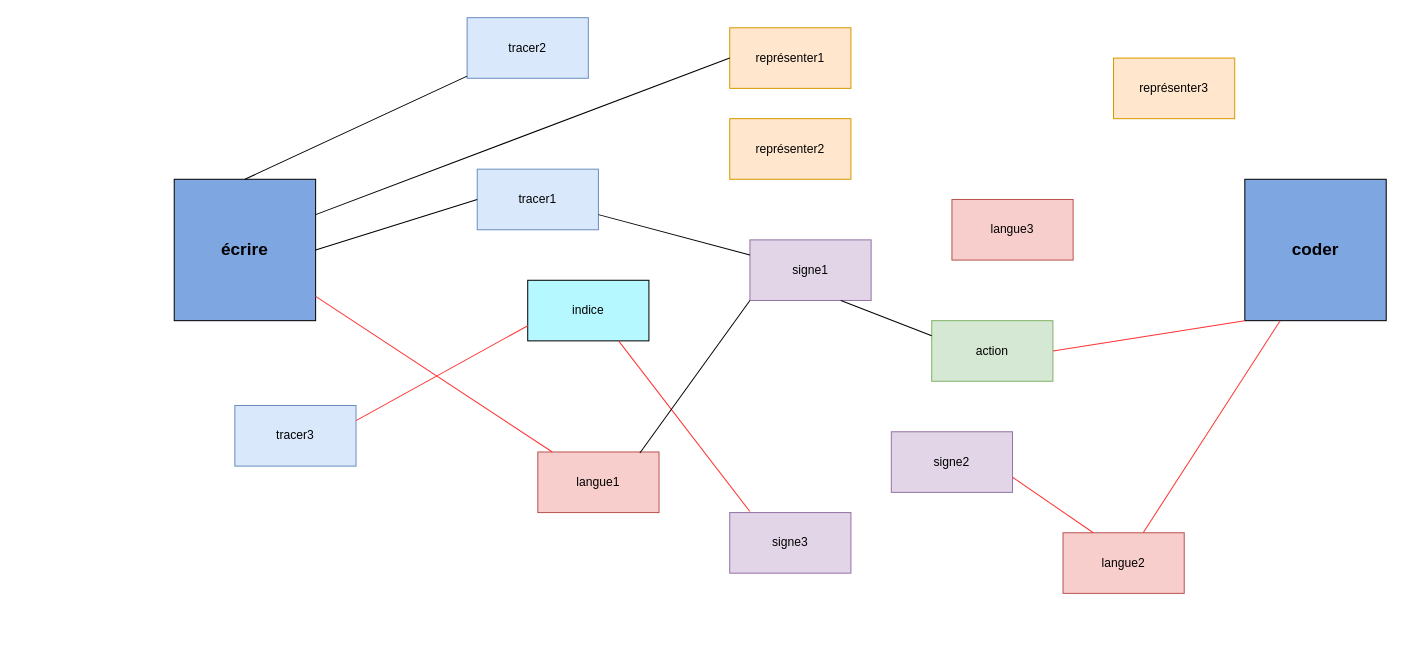
Earlier version of the draw.io diagram carte hypertexte ecrirecoder.drawio (babelhead/EcrireCoder). Source tidied: cells renumbered, new cells numbered last; positions are measured from the earlier drawing's top-left corner, leaving out a move shared by most shapes. Both pictures are drawn from the tidied source at 101%, with x=0, y=0 at pixel (174, 17).
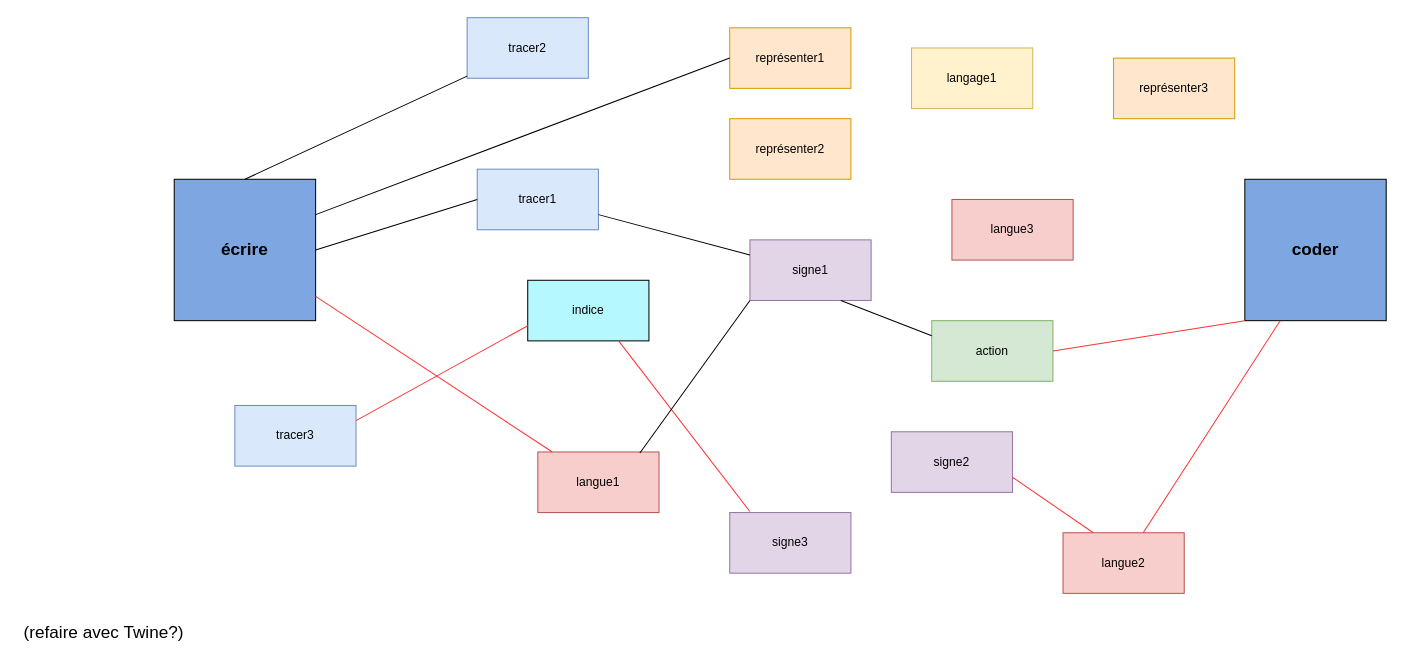
Above is the later version.

Change to the diagram source:
```diff
@@
+    <mxCell id="30" value="langage1" style="rounded=0;whiteSpace=wrap;html=1;fillColor=#fff2cc;strokeColor=#d6b656;" parent="1" vertex="1">
+      <mxGeometry x="730" y="30" width="120" height="60" as="geometry" />
+    </mxCell>
+    <mxCell id="31" value="&lt;font style=&quot;font-size: 17px&quot;&gt;(refaire avec Twine?)&lt;/font&gt;" style="text;html=1;align=center;verticalAlign=middle;strokeColor=none;" parent="1" vertex="1">
+      <mxGeometry x="-155" y="600" width="170" height="20" as="geometry" />
+    </mxCell>
```
